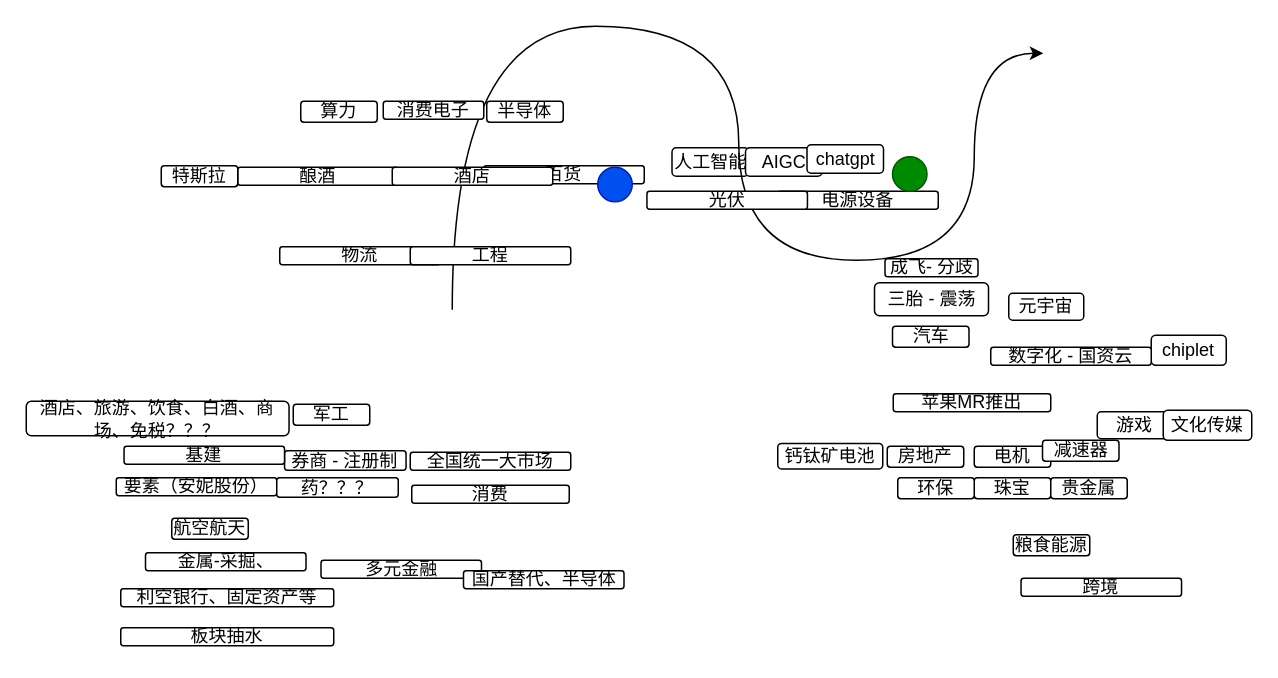
Above: menus/每日头脑风暴.drawio in Asamiyaa/microservice-k8s-yun (draw.io), before the change. Source tidied: cells renumbered, new cells numbered last; positions are measured from the earlier drawing's top-left corner, leaving out a move shared by most shapes. Both pictures are drawn from the tidied source at 150%, with x=0, y=0 at pixel (26, 26).
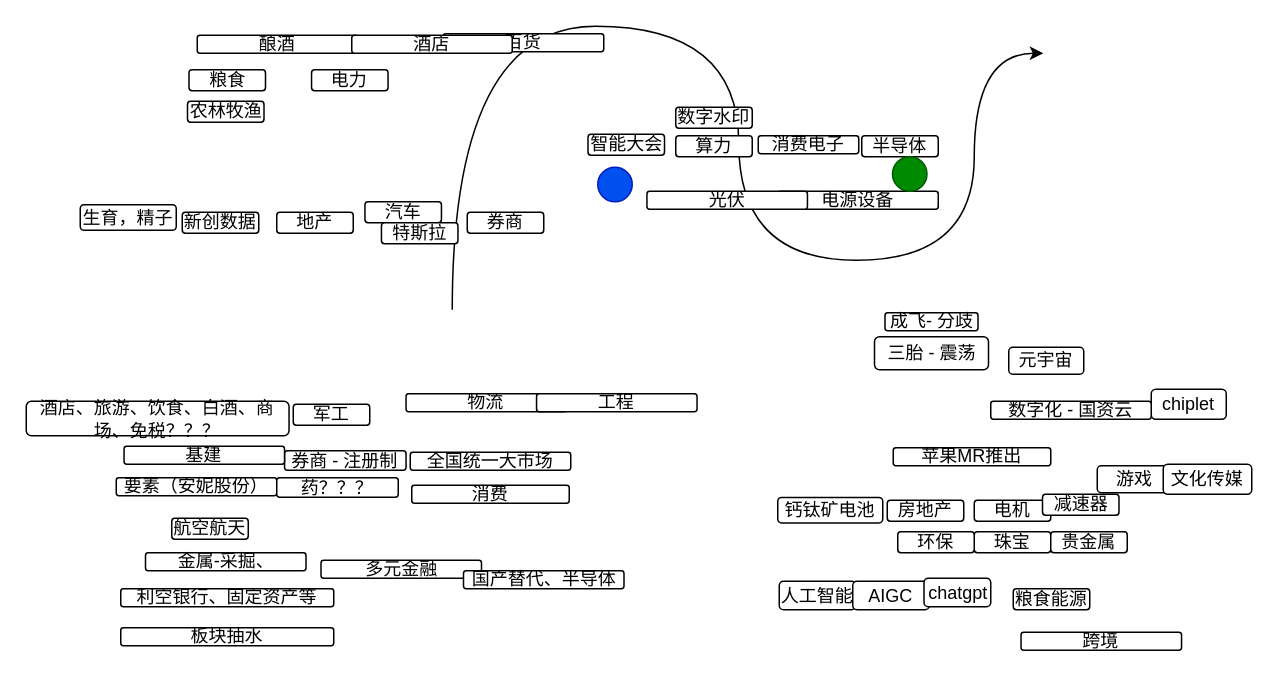
The same page after the edit.

Commit message:
更新每日头脑风暴.drawio

The edit, as a diff of the source:
```diff
@@
     <mxCell id="2" value="人工智能" style="rounded=1;whiteSpace=wrap;html=1;" parent="1" vertex="1">
-      <mxGeometry x="430.5" y="81" width="51" height="19" as="geometry" />
+      <mxGeometry x="502" y="370" width="51" height="19" as="geometry" />
     </mxCell>
     <mxCell id="3" value="成飞- 分歧" style="rounded=1;whiteSpace=wrap;html=1;" parent="1" vertex="1">
-      <mxGeometry x="572.5" y="155" width="62" height="12" as="geometry" />
+      <mxGeometry x="572.5" y="191" width="62" height="12" as="geometry" />
     </mxCell>
     <mxCell id="4" value="三胎 - 震荡" style="rounded=1;whiteSpace=wrap;html=1;" parent="1" vertex="1">
-      <mxGeometry x="565.5" y="171" width="76" height="22" as="geometry" />
+      <mxGeometry x="565.5" y="207" width="76" height="22" as="geometry" />
     </mxCell>
     <mxCell id="5" value="汽车" style="rounded=1;whiteSpace=wrap;html=1;" parent="1" vertex="1">
-      <mxGeometry x="577.5" y="200" width="51" height="14" as="geometry" />
+      <mxGeometry x="225.8" y="117" width="51" height="14" as="geometry" />
     </mxCell>
@@
     <mxCell id="9" value="chiplet" style="rounded=1;whiteSpace=wrap;html=1;" parent="1" vertex="1">
-      <mxGeometry x="750" y="206" width="50" height="20" as="geometry" />
+      <mxGeometry x="750" y="242" width="50" height="20" as="geometry" />
     </mxCell>
     <mxCell id="10" value="游戏" style="rounded=1;whiteSpace=wrap;html=1;" parent="1" vertex="1">
-      <mxGeometry x="714" y="257" width="50" height="18" as="geometry" />
+      <mxGeometry x="714" y="293" width="50" height="18" as="geometry" />
     </mxCell>
@@
     <mxCell id="15" value="跨境" style="rounded=1;whiteSpace=wrap;html=1;" parent="1" vertex="1">
-      <mxGeometry x="663.2" y="368" width="107" height="12" as="geometry" />
+      <mxGeometry x="663.2" y="404" width="107" height="12" as="geometry" />
     </mxCell>
@@
     <mxCell id="17" value="数字化 - 国资云" style="rounded=1;whiteSpace=wrap;html=1;" parent="1" vertex="1">
-      <mxGeometry x="643" y="214" width="107" height="12" as="geometry" />
+      <mxGeometry x="643" y="250" width="107" height="12" as="geometry" />
     </mxCell>
@@
     <mxCell id="22" value="元宇宙" style="rounded=1;whiteSpace=wrap;html=1;" parent="1" vertex="1">
-      <mxGeometry x="655" y="178" width="50" height="18" as="geometry" />
+      <mxGeometry x="655" y="214" width="50" height="18" as="geometry" />
     </mxCell>
     <mxCell id="23" value="消费电子" style="rounded=1;whiteSpace=wrap;html=1;" parent="1" vertex="1">
-      <mxGeometry x="238" y="50" width="67" height="12" as="geometry" />
+      <mxGeometry x="488" y="73" width="67" height="12" as="geometry" />
     </mxCell>
@@
     <mxCell id="28" value="粮食能源" style="rounded=1;whiteSpace=wrap;html=1;" parent="1" vertex="1">
-      <mxGeometry x="658" y="339" width="51" height="14" as="geometry" />
+      <mxGeometry x="658" y="375" width="51" height="14" as="geometry" />
     </mxCell>
     <mxCell id="29" value="AIGC" style="rounded=1;whiteSpace=wrap;html=1;" parent="1" vertex="1">
-      <mxGeometry x="479.5" y="81" width="51" height="19" as="geometry" />
+      <mxGeometry x="551" y="370" width="51" height="19" as="geometry" />
     </mxCell>
     <mxCell id="30" value="chatgpt" style="rounded=1;whiteSpace=wrap;html=1;" parent="1" vertex="1">
-      <mxGeometry x="520.5" y="79" width="51" height="19" as="geometry" />
+      <mxGeometry x="598.5" y="368" width="44.5" height="19" as="geometry" />
     </mxCell>
     <mxCell id="31" value="房地产" style="rounded=1;whiteSpace=wrap;html=1;" parent="1" vertex="1">
-      <mxGeometry x="574" y="280" width="51" height="14" as="geometry" />
+      <mxGeometry x="574" y="316" width="51" height="14" as="geometry" />
     </mxCell>
     <mxCell id="32" value="电机" style="rounded=1;whiteSpace=wrap;html=1;" parent="1" vertex="1">
-      <mxGeometry x="632" y="280" width="51" height="14" as="geometry" />
+      <mxGeometry x="632" y="316" width="51" height="14" as="geometry" />
     </mxCell>
     <mxCell id="33" value="钙钛矿电池" style="rounded=1;whiteSpace=wrap;html=1;" parent="1" vertex="1">
-      <mxGeometry x="501" y="278.1" width="70" height="17" as="geometry" />
+      <mxGeometry x="501" y="314.1" width="70" height="17" as="geometry" />
     </mxCell>
     <mxCell id="34" value="珠宝" style="rounded=1;whiteSpace=wrap;html=1;" parent="1" vertex="1">
-      <mxGeometry x="632" y="301" width="51" height="14" as="geometry" />
+      <mxGeometry x="632" y="337" width="51" height="14" as="geometry" />
     </mxCell>
     <mxCell id="35" value="环保" style="rounded=1;whiteSpace=wrap;html=1;" parent="1" vertex="1">
-      <mxGeometry x="581" y="301" width="51" height="14" as="geometry" />
+      <mxGeometry x="581" y="337" width="51" height="14" as="geometry" />
     </mxCell>
     <mxCell id="36" value="文化传媒" style="rounded=1;whiteSpace=wrap;html=1;" parent="1" vertex="1">
-      <mxGeometry x="758" y="256" width="59" height="20" as="geometry" />
+      <mxGeometry x="758" y="292" width="59" height="20" as="geometry" />
     </mxCell>
     <mxCell id="37" value="减速器" style="rounded=1;whiteSpace=wrap;html=1;" parent="1" vertex="1">
-      <mxGeometry x="677.5" y="276" width="51" height="14" as="geometry" />
+      <mxGeometry x="677.5" y="312" width="51" height="14" as="geometry" />
     </mxCell>
     <mxCell id="38" value="贵金属" style="rounded=1;whiteSpace=wrap;html=1;" parent="1" vertex="1">
-      <mxGeometry x="683" y="301" width="51" height="14" as="geometry" />
+      <mxGeometry x="683" y="337" width="51" height="14" as="geometry" />
     </mxCell>
     <mxCell id="39" value="苹果MR推出" style="rounded=1;whiteSpace=wrap;html=1;" parent="1" vertex="1">
-      <mxGeometry x="578" y="245" width="105" height="12" as="geometry" />
+      <mxGeometry x="578" y="281" width="105" height="12" as="geometry" />
     </mxCell>
@@
     <mxCell id="41" value="算力" style="rounded=1;whiteSpace=wrap;html=1;" parent="1" vertex="1">
-      <mxGeometry x="183" y="50" width="51" height="14" as="geometry" />
+      <mxGeometry x="433" y="73" width="51" height="14" as="geometry" />
     </mxCell>
     <mxCell id="42" value="百货" style="rounded=1;whiteSpace=wrap;html=1;" parent="1" vertex="1">
-      <mxGeometry x="305" y="93" width="107" height="12" as="geometry" />
+      <mxGeometry x="278" y="5" width="107" height="12" as="geometry" />
     </mxCell>
     <mxCell id="43" value="物流" style="rounded=1;whiteSpace=wrap;html=1;" parent="1" vertex="1">
-      <mxGeometry x="169" y="147" width="107" height="12" as="geometry" />
+      <mxGeometry x="253.2" y="245" width="107" height="12" as="geometry" />
     </mxCell>
     <mxCell id="44" value="酿酒" style="rounded=1;whiteSpace=wrap;html=1;" parent="1" vertex="1">
-      <mxGeometry x="141" y="94" width="107" height="12" as="geometry" />
+      <mxGeometry x="114" y="6" width="107" height="12" as="geometry" />
     </mxCell>
     <mxCell id="45" value="酒店" style="rounded=1;whiteSpace=wrap;html=1;" parent="1" vertex="1">
-      <mxGeometry x="244" y="94" width="107" height="12" as="geometry" />
+      <mxGeometry x="217" y="6" width="107" height="12" as="geometry" />
     </mxCell>
     <mxCell id="46" value="半导体" style="rounded=1;whiteSpace=wrap;html=1;" parent="1" vertex="1">
-      <mxGeometry x="307" y="50" width="51" height="14" as="geometry" />
+      <mxGeometry x="557" y="73" width="51" height="14" as="geometry" />
     </mxCell>
     <mxCell id="47" value="工程" style="rounded=1;whiteSpace=wrap;html=1;" parent="1" vertex="1">
-      <mxGeometry x="256" y="147" width="107" height="12" as="geometry" />
+      <mxGeometry x="340.2" y="245" width="107" height="12" as="geometry" />
     </mxCell>
@@
     <mxCell id="50" value="特斯拉" style="rounded=1;whiteSpace=wrap;html=1;" parent="1" vertex="1">
-      <mxGeometry x="90" y="93" width="51" height="14" as="geometry" />
+      <mxGeometry x="236.8" y="131" width="51" height="14" as="geometry" />
     </mxCell>
+    <mxCell id="51" value="券商" style="rounded=1;whiteSpace=wrap;html=1;" parent="1" vertex="1">
+      <mxGeometry x="294" y="124" width="51" height="14" as="geometry" />
+    </mxCell>
+    <mxCell id="52" value="地产" style="rounded=1;whiteSpace=wrap;html=1;" parent="1" vertex="1">
+      <mxGeometry x="167" y="124" width="51" height="14" as="geometry" />
+    </mxCell>
+    <mxCell id="53" value="新创数据" style="rounded=1;whiteSpace=wrap;html=1;" parent="1" vertex="1">
+      <mxGeometry x="104" y="124" width="51" height="14" as="geometry" />
+    </mxCell>
+    <mxCell id="54" value="智能大会" style="rounded=1;whiteSpace=wrap;html=1;" parent="1" vertex="1">
+      <mxGeometry x="374.5" y="72" width="51" height="14" as="geometry" />
+    </mxCell>
+    <mxCell id="55" value="粮食" style="rounded=1;whiteSpace=wrap;html=1;" parent="1" vertex="1">
+      <mxGeometry x="108.5" y="29" width="51" height="14" as="geometry" />
+    </mxCell>
+    <mxCell id="56" value="电力" style="rounded=1;whiteSpace=wrap;html=1;" parent="1" vertex="1">
+      <mxGeometry x="190.2" y="29" width="51" height="14" as="geometry" />
+    </mxCell>
+    <mxCell id="57" value="生育，精子" style="rounded=1;whiteSpace=wrap;html=1;" parent="1" vertex="1">
+      <mxGeometry x="36" y="119" width="64" height="17" as="geometry" />
+    </mxCell>
+    <mxCell id="58" value="农林牧渔" style="rounded=1;whiteSpace=wrap;html=1;" parent="1" vertex="1">
+      <mxGeometry x="107.5" y="50" width="51" height="14" as="geometry" />
+    </mxCell>
+    <mxCell id="59" value="数字水印" style="rounded=1;whiteSpace=wrap;html=1;" parent="1" vertex="1">
+      <mxGeometry x="433" y="54" width="51" height="14" as="geometry" />
+    </mxCell>
```
